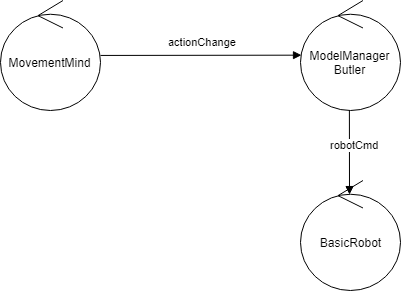
xAlessandroC/iss2019TemaFinale keeps this draw.io diagram as Docs/Analisi_Iniziale/zooming2/movementArchitecture.png. Above is the earlier version. Source tidied: cells renumbered, new cells last; positions are measured from the earlier drawing's top-left corner, leaving out a move shared by most shapes. Source of this version:
```xml
<mxGraphModel>
  <root>
    <mxCell id="0" />
    <mxCell id="1" parent="0" />
    <mxCell id="2" value="MovementMind" style="ellipse;shape=umlControl;whiteSpace=wrap;html=1;" parent="1" vertex="1">
      <mxGeometry width="100" height="110" as="geometry" />
    </mxCell>
    <mxCell id="3" value="ModelManager&lt;br&gt;Butler" style="ellipse;shape=umlControl;whiteSpace=wrap;html=1;" parent="1" vertex="1">
      <mxGeometry x="300" width="100" height="110" as="geometry" />
    </mxCell>
    <mxCell id="4" value="actionChange" style="html=1;verticalAlign=bottom;endArrow=block;entryX=0.01;entryY=0.497;entryDx=0;entryDy=0;entryPerimeter=0;" parent="1" edge="1" source="2" target="3">
      <mxGeometry x="0.02" y="5" relative="1" as="geometry" />
    </mxCell>
    <mxCell id="5" value="robotCmd" style="html=1;verticalAlign=bottom;endArrow=block;entryX=0.49;entryY=0.128;entryDx=0;entryDy=0;entryPerimeter=0;exitX=0.489;exitY=0.99;exitDx=0;exitDy=0;exitPerimeter=0;" parent="1" edge="1" target="6">
      <mxGeometry x="0.02" y="5" relative="1" as="geometry">
        <mxPoint x="348.9" y="109.9" as="sourcePoint" />
      </mxGeometry>
    </mxCell>
    <mxCell id="6" value="BasicRobot" style="ellipse;shape=umlControl;whiteSpace=wrap;html=1;" parent="1" vertex="1">
      <mxGeometry x="300" y="180" width="100" height="110" as="geometry" />
    </mxCell>
  </root>
</mxGraphModel>
```
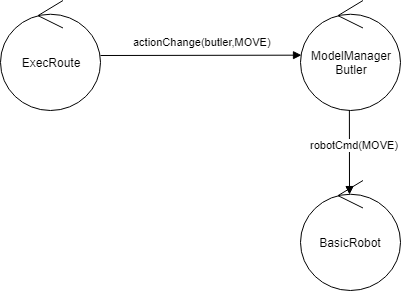
After the change.

Diff of the diagram source:
```diff
@@ -2,16 +2,16 @@
   <root>
     <mxCell id="0" />
     <mxCell id="1" parent="0" />
-    <mxCell id="2" value="MovementMind" style="ellipse;shape=umlControl;whiteSpace=wrap;html=1;" parent="1" vertex="1">
+    <mxCell id="2" value="ExecRoute" style="ellipse;shape=umlControl;whiteSpace=wrap;html=1;" parent="1" vertex="1">
       <mxGeometry width="100" height="110" as="geometry" />
     </mxCell>
     <mxCell id="3" value="ModelManager&lt;br&gt;Butler" style="ellipse;shape=umlControl;whiteSpace=wrap;html=1;" parent="1" vertex="1">
       <mxGeometry x="300" width="100" height="110" as="geometry" />
     </mxCell>
-    <mxCell id="4" value="actionChange" style="html=1;verticalAlign=bottom;endArrow=block;entryX=0.01;entryY=0.497;entryDx=0;entryDy=0;entryPerimeter=0;" parent="1" edge="1" source="2" target="3">
+    <mxCell id="4" value="actionChange(butler,MOVE)" style="html=1;verticalAlign=bottom;endArrow=block;entryX=0.01;entryY=0.497;entryDx=0;entryDy=0;entryPerimeter=0;" parent="1" edge="1" source="2" target="3">
       <mxGeometry x="0.02" y="5" relative="1" as="geometry" />
     </mxCell>
-    <mxCell id="5" value="robotCmd" style="html=1;verticalAlign=bottom;endArrow=block;entryX=0.49;entryY=0.128;entryDx=0;entryDy=0;entryPerimeter=0;exitX=0.489;exitY=0.99;exitDx=0;exitDy=0;exitPerimeter=0;" parent="1" edge="1" target="6">
+    <mxCell id="5" value="robotCmd(MOVE)" style="html=1;verticalAlign=bottom;endArrow=block;entryX=0.49;entryY=0.128;entryDx=0;entryDy=0;entryPerimeter=0;exitX=0.489;exitY=0.99;exitDx=0;exitDy=0;exitPerimeter=0;" parent="1" edge="1" target="6">
       <mxGeometry x="0.02" y="5" relative="1" as="geometry">
         <mxPoint x="348.9" y="109.9" as="sourcePoint" />
       </mxGeometry>
```
